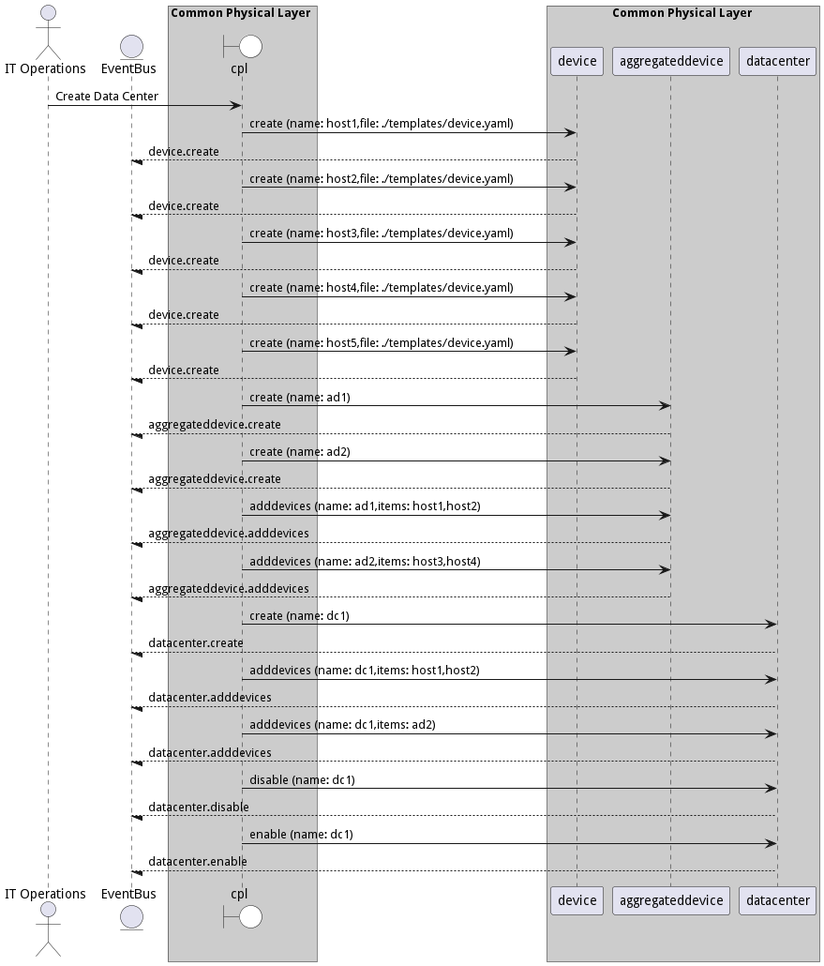
madajaju/edgemere keeps this PlantUML diagram as docs/edgemere/cpl/usecases/managedatacenter/CreateDataCenter.png. Above is the earlier version. Source of this version:
```plantuml
@startuml

actor "IT Operations"


entity EventBus

box Common Physical Layer #cccccc
    boundary cpl #white
end box


box Common Physical Layer #cccccc
            participant device
            participant aggregateddevice
            participant datacenter
    end box


"IT Operations" -> cpl: Create Data Center

    cpl -> "device": create (name: host1,file: ./templates/device.yaml)

    "device" --/ EventBus: device.create

    cpl -> "device": create (name: host2,file: ./templates/device.yaml)

    "device" --/ EventBus: device.create

    cpl -> "device": create (name: host3,file: ./templates/device.yaml)

    "device" --/ EventBus: device.create

    cpl -> "device": create (name: host4,file: ./templates/device.yaml)

    "device" --/ EventBus: device.create

    cpl -> "device": create (name: host5,file: ./templates/device.yaml)

    "device" --/ EventBus: device.create

    cpl -> "aggregateddevice": create (name: ad1)

    "aggregateddevice" --/ EventBus: aggregateddevice.create

    cpl -> "aggregateddevice": create (name: ad2)

    "aggregateddevice" --/ EventBus: aggregateddevice.create

    cpl -> "aggregateddevice": adddevices (name: ad1,items: host1,host2)

    "aggregateddevice" --/ EventBus: aggregateddevice.adddevices

    cpl -> "aggregateddevice": adddevices (name: ad2,items: host3,host4)

    "aggregateddevice" --/ EventBus: aggregateddevice.adddevices

    cpl -> "datacenter": create (name: dc1)

    "datacenter" --/ EventBus: datacenter.create

    cpl -> "datacenter": adddevices (name: dc1,items: host1,host2)

    "datacenter" --/ EventBus: datacenter.adddevices

    cpl -> "datacenter": adddevices (name: dc1,items: ad2)

    "datacenter" --/ EventBus: datacenter.adddevices

    cpl -> "datacenter": disable (name: dc1)

    "datacenter" --/ EventBus: datacenter.disable

    cpl -> "datacenter": enable (name: dc1)

    "datacenter" --/ EventBus: datacenter.enable



@enduml
```
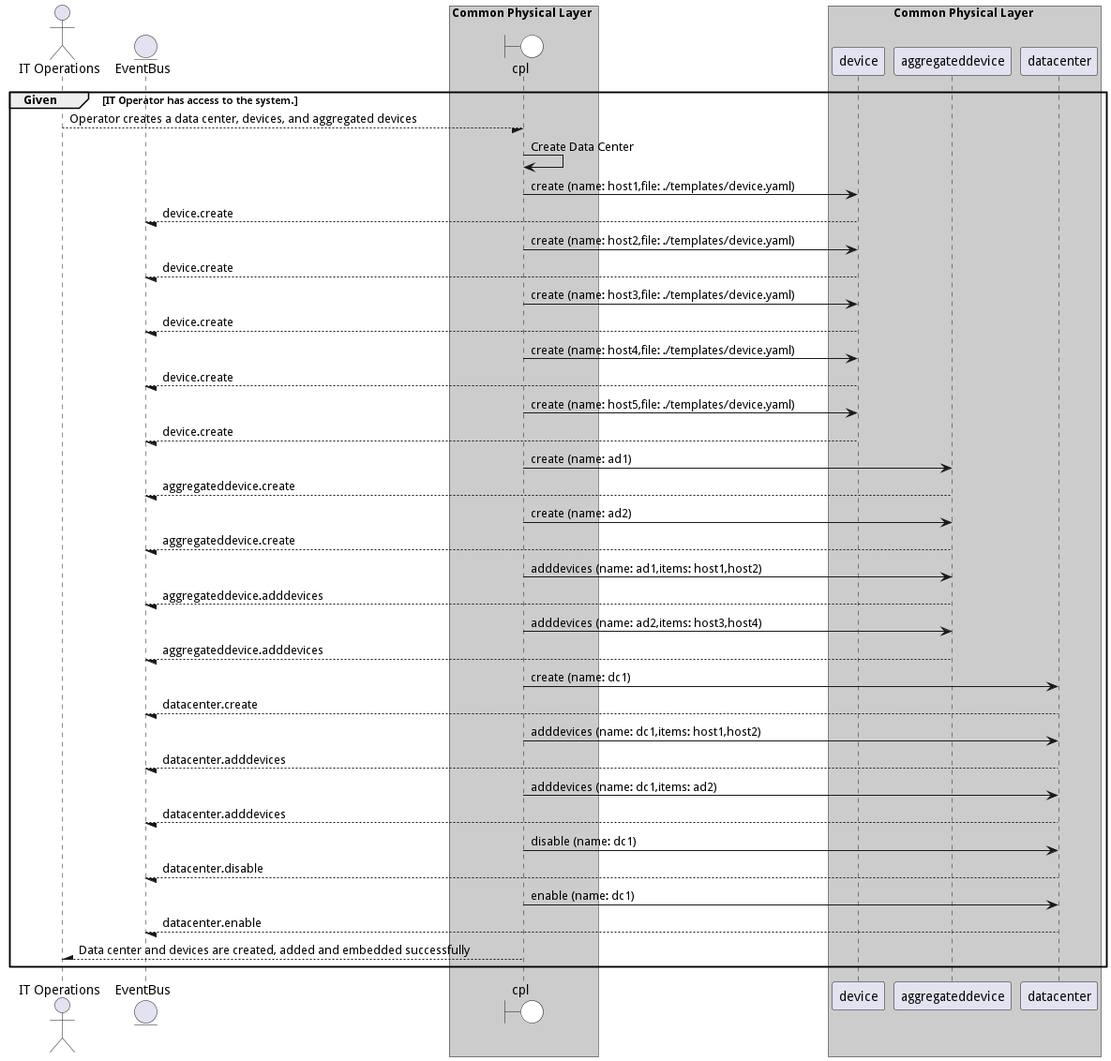
Above is the later version.

Change to the diagram source:
```diff
@@ -1,4 +1,5 @@
 @startuml
+
 
 actor "IT Operations"
 
@@ -16,8 +17,10 @@
             participant datacenter
     end box
 
+group Given [IT Operator has access to the system.]
 
-"IT Operations" -> cpl: Create Data Center
+"IT Operations" --/ cpl: Operator creates a data center, devices, and aggregated devices
+"cpl" -> cpl: Create Data Center
 
     cpl -> "device": create (name: host1,file: ./templates/device.yaml)
 
@@ -77,4 +80,9 @@
 
 
 
+"IT Operations" /-- cpl: Data center and devices are created, added and embedded successfully
+
+
+end
+
 @enduml
```
